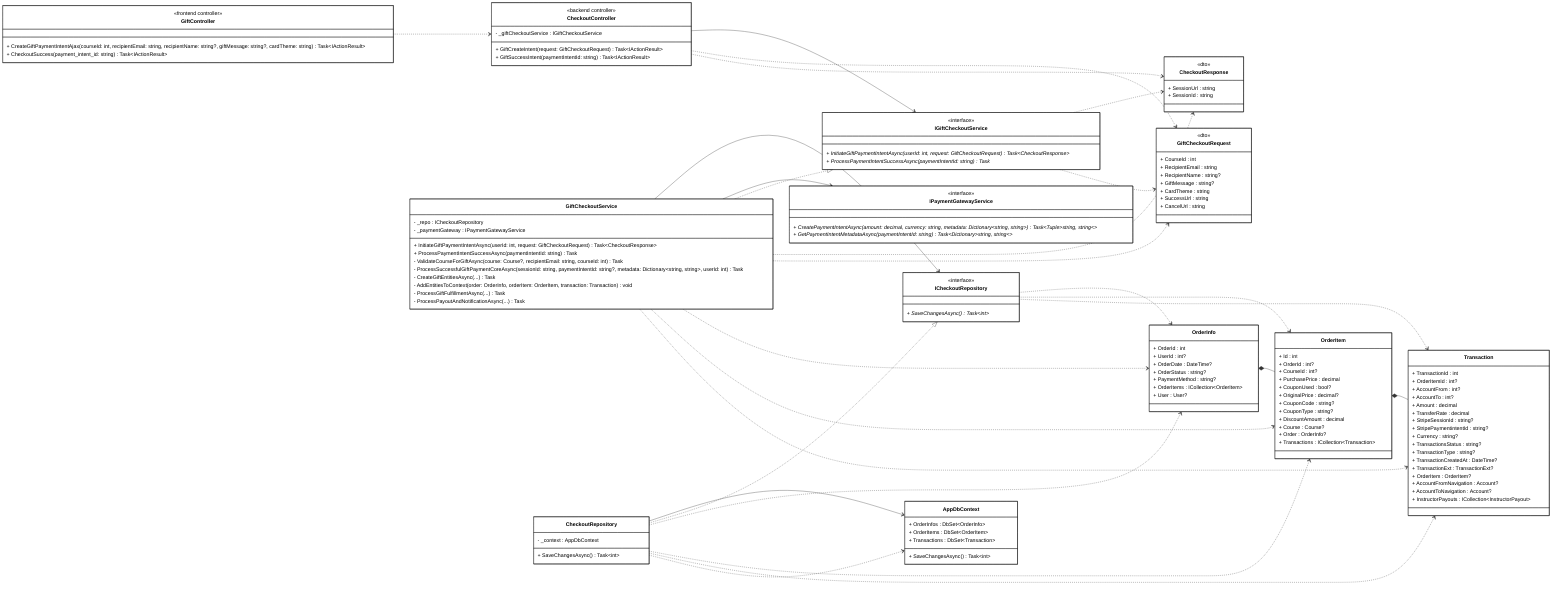
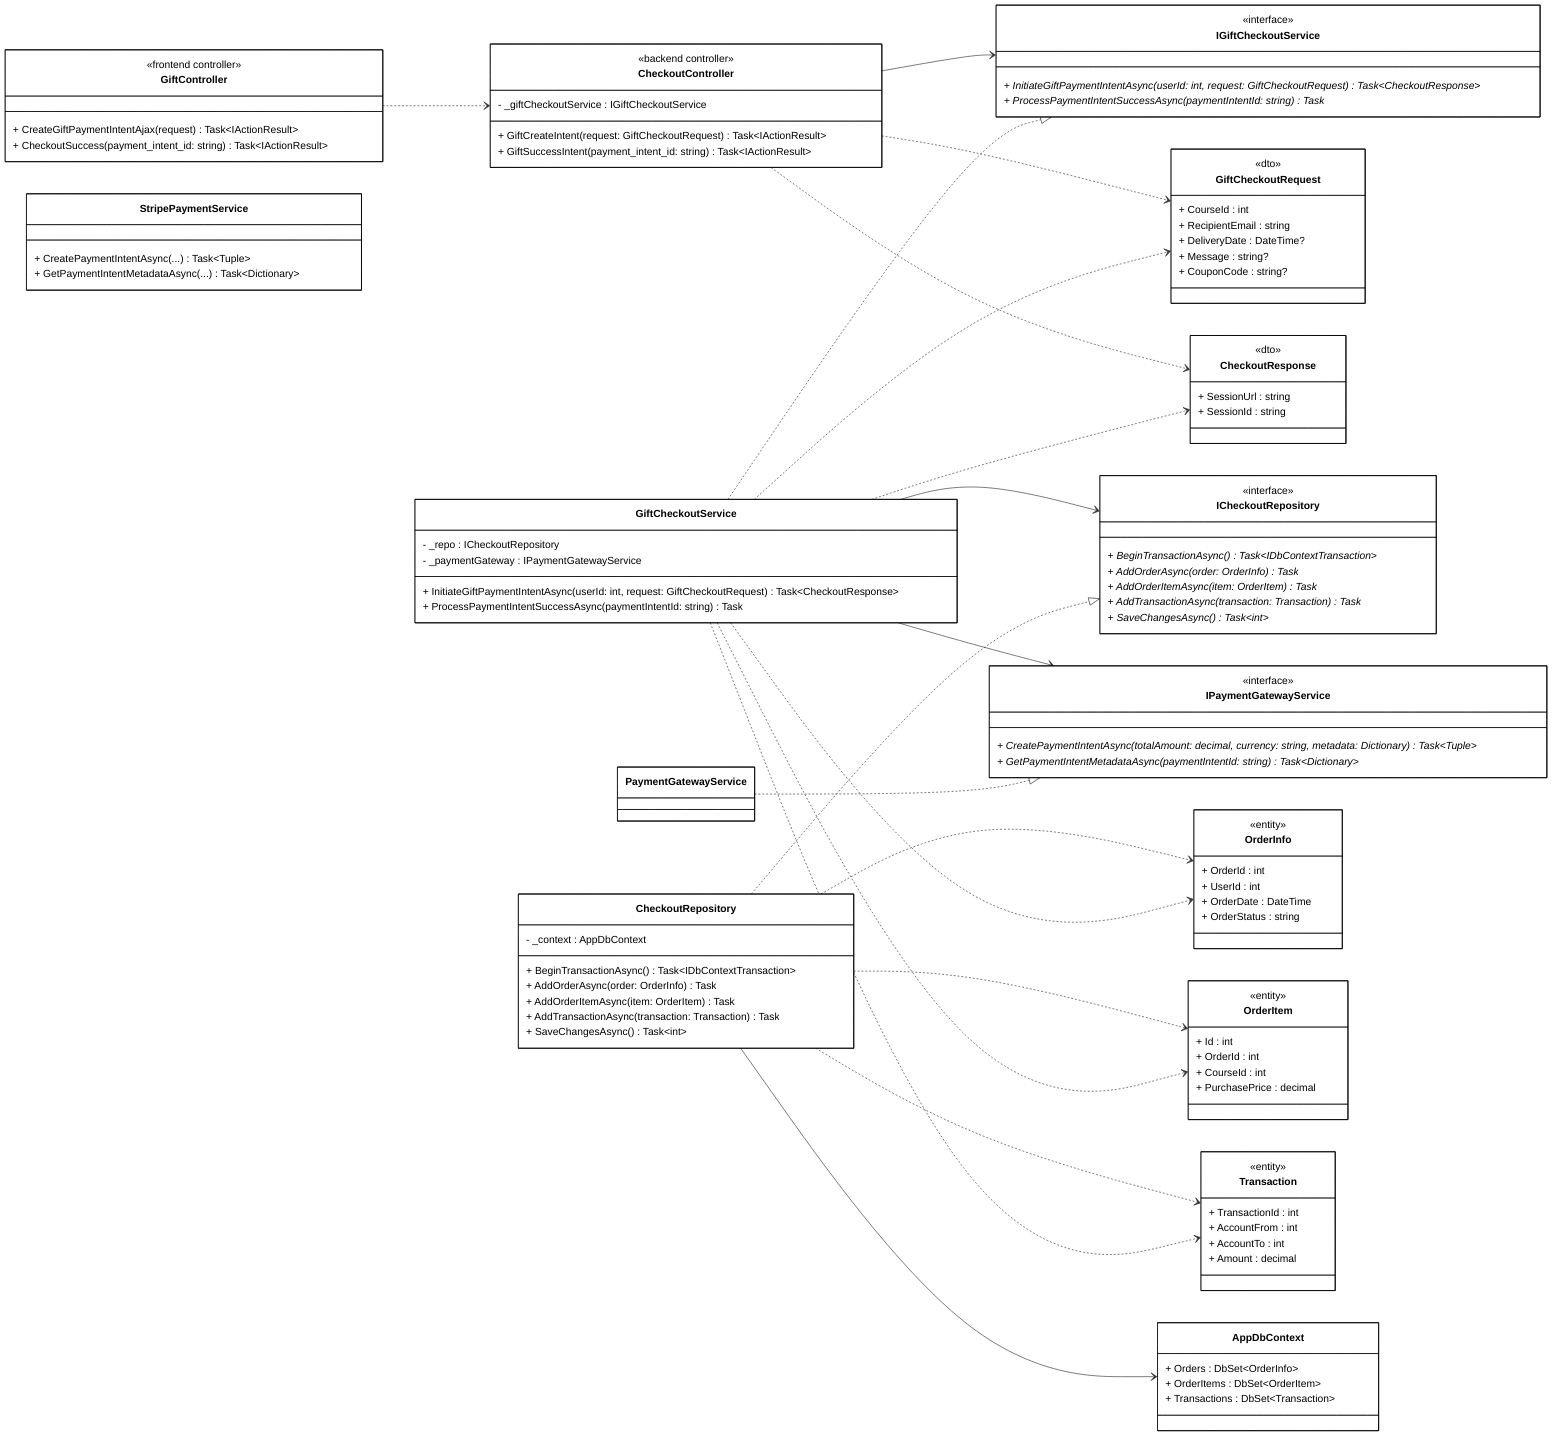
+ ```mermaid
classDiagram
direction LR

%% ==================== FRONTEND ====================

- class GiftController {
+ class GiftControllerFE["GiftController"] {
    <<frontend controller>>
-     + CreateGiftPaymentIntentAjax(courseId: int, recipientEmail: string, recipientName: string?, giftMessage: string?, cardTheme: string) Task~IActionResult~
+     + CreateGiftPaymentIntentAjax(request) Task~IActionResult~
    + CheckoutSuccess(payment_intent_id: string) Task~IActionResult~
}

- %% ==================== BACKEND - CONTROLLER ====================
+ %% ==================== BACKEND - CONTROLLERS ====================

- class CheckoutController {
+ class CheckoutControllerBE["CheckoutController"] {
    <<backend controller>>
    - _giftCheckoutService : IGiftCheckoutService
- 
    + GiftCreateIntent(request: GiftCheckoutRequest) Task~IActionResult~
-     + GiftSuccessIntent(paymentIntentId: string) Task~IActionResult~
+     + GiftSuccessIntent(payment_intent_id: string) Task~IActionResult~
}

%% ==================== BACKEND - DTOs ====================

class GiftCheckoutRequest {
    <<dto>>
    + CourseId : int
    + RecipientEmail : string
-     + RecipientName : string?
-     + GiftMessage : string?
-     + CardTheme : string
-     + SuccessUrl : string
-     + CancelUrl : string
+     + DeliveryDate : DateTime?
+     + Message : string?
+     + CouponCode : string?
}

class CheckoutResponse {
    <<dto>>
    + SessionUrl : string
    + SessionId : string
+ }
+ 
+ %% ==================== BACKEND - DOMAIN ENTITIES ====================
+ 
+ class OrderInfo {
+     <<entity>>
+     + OrderId : int
+     + UserId : int
+     + OrderDate : DateTime
+     + OrderStatus : string
+ }
+ 
+ class OrderItem {
+     <<entity>>
+     + Id : int
+     + OrderId : int
+     + CourseId : int
+     + PurchasePrice : decimal
+ }
+ 
+ class Transaction {
+     <<entity>>
+     + TransactionId : int
+     + AccountFrom : int
+     + AccountTo : int
+     + Amount : decimal
}

%% ==================== BACKEND - SERVICE INTERFACES ====================

class IGiftCheckoutService {
    <<interface>>
    + InitiateGiftPaymentIntentAsync(userId: int, request: GiftCheckoutRequest) Task~CheckoutResponse~ *
    + ProcessPaymentIntentSuccessAsync(paymentIntentId: string) Task *
}

- class IPaymentGatewayService {
-     <<interface>>
-     + CreatePaymentIntentAsync(amount: decimal, currency: string, metadata: Dictionary~string, string~) Task~Tuple~string, string~~ *
-     + GetPaymentIntentMetadataAsync(paymentIntentId: string) Task~Dictionary~string, string~~ *
- }
- 
class ICheckoutRepository {
    <<interface>>
+     + BeginTransactionAsync() Task~IDbContextTransaction~ *
+     + AddOrderAsync(order: OrderInfo) Task *
+     + AddOrderItemAsync(item: OrderItem) Task *
+     + AddTransactionAsync(transaction: Transaction) Task *
    + SaveChangesAsync() Task~int~ *
}

- %% ==================== BACKEND - SERVICE IMPLEMENTATION ====================
+ class IPaymentGatewayService {
+     <<interface>>
+     + CreatePaymentIntentAsync(totalAmount: decimal, currency: string, metadata: Dictionary) Task~Tuple~ *
+     + GetPaymentIntentMetadataAsync(paymentIntentId: string) Task~Dictionary~ *
+ }
+ 
+ %% ==================== BACKEND - IMPLEMENTATIONS ====================

class GiftCheckoutService {
    - _repo : ICheckoutRepository
    - _paymentGateway : IPaymentGatewayService
- 
    + InitiateGiftPaymentIntentAsync(userId: int, request: GiftCheckoutRequest) Task~CheckoutResponse~
    + ProcessPaymentIntentSuccessAsync(paymentIntentId: string) Task
-     - ValidateCourseForGiftAsync(course: Course?, recipientEmail: string, courseId: int) Task
-     - ProcessSuccessfulGiftPaymentCoreAsync(sessionId: string, paymentIntentId: string?, metadata: Dictionary~string, string~, userId: int) Task
-     - CreateGiftEntitiesAsync(...) Task
-     - AddEntitiesToContext(order: OrderInfo, orderItem: OrderItem, transaction: Transaction) void
-     - ProcessGiftFulfillmentAsync(...) Task
-     - ProcessPayoutAndNotificationAsync(...) Task
}
- 
- %% ==================== BACKEND - REPOSITORY & DbContext ====================

class CheckoutRepository {
    - _context : AppDbContext
- 
+     + BeginTransactionAsync() Task~IDbContextTransaction~
+     + AddOrderAsync(order: OrderInfo) Task
+     + AddOrderItemAsync(item: OrderItem) Task
+     + AddTransactionAsync(transaction: Transaction) Task
    + SaveChangesAsync() Task~int~
}

+ class StripePaymentService {
+     + CreatePaymentIntentAsync(...) Task~Tuple~
+     + GetPaymentIntentMetadataAsync(...) Task~Dictionary~
+ }
+ 
class AppDbContext {
-     + OrderInfos : DbSet~OrderInfo~
+     + Orders : DbSet~OrderInfo~
    + OrderItems : DbSet~OrderItem~
    + Transactions : DbSet~Transaction~
-     + SaveChangesAsync() Task~int~
- }
- 
- %% ==================== BACKEND - DOMAIN ENTITIES ====================
- 
- class OrderInfo {
-     + OrderId : int
-     + UserId : int?
-     + OrderDate : DateTime?
-     + OrderStatus : string?
-     + PaymentMethod : string?
-     + OrderItems : ICollection~OrderItem~
-     + User : User?
- }
- 
- class OrderItem {
-     + Id : int
-     + OrderId : int?
-     + CourseId : int?
-     + PurchasePrice : decimal
-     + CouponUsed : bool?
-     + OriginalPrice : decimal?
-     + CouponCode : string?
-     + CouponType : string?
-     + DiscountAmount : decimal
-     + Course : Course?
-     + Order : OrderInfo?
-     + Transactions : ICollection~Transaction~
- }
- 
- class Transaction {
-     + TransactionId : int
-     + OrderItemId : int?
-     + AccountFrom : int?
-     + AccountTo : int?
-     + Amount : decimal
-     + TransferRate : decimal
-     + StripeSessionId : string?
-     + StripePaymentintentId : string?
-     + Currency : string?
-     + TransactionsStatus : string?
-     + TransactionType : string?
-     + TransactionCreatedAt : DateTime?
-     + TransactionExt : TransactionExt?
-     + OrderItem : OrderItem?
-     + AccountFromNavigation : Account?
-     + AccountToNavigation : Account?
-     + InstructorPayouts : ICollection~InstructorPayout~
}

%% ==================== RELATIONSHIPS ====================

- %% === COMPOSITION (filled diamond) ===
- OrderInfo *-- OrderItem
- OrderItem *-- Transaction
- 
%% === UNIDIRECTIONAL ASSOCIATION (solid arrow) ===
- CheckoutController --> IGiftCheckoutService
+ CheckoutControllerBE --> IGiftCheckoutService
GiftCheckoutService --> ICheckoutRepository
GiftCheckoutService --> IPaymentGatewayService
CheckoutRepository --> AppDbContext

%% === INTERFACE REALIZATION ===
GiftCheckoutService ..|> IGiftCheckoutService
CheckoutRepository ..|> ICheckoutRepository
+ PaymentGatewayService ..|> IPaymentGatewayService

%% === DEPENDENCY (dashed arrows) ===
- GiftController ..> CheckoutController
- CheckoutController ..> GiftCheckoutRequest
- CheckoutController ..> CheckoutResponse
- IGiftCheckoutService ..> CheckoutResponse
- IGiftCheckoutService ..> GiftCheckoutRequest
+ GiftControllerFE ..> CheckoutControllerBE
+ 
+ CheckoutControllerBE ..> GiftCheckoutRequest
+ GiftCheckoutService ..> GiftCheckoutRequest
+ 
+ CheckoutControllerBE ..> CheckoutResponse
GiftCheckoutService ..> CheckoutResponse
- GiftCheckoutService ..> GiftCheckoutRequest
+ 
+ CheckoutRepository ..> OrderInfo
GiftCheckoutService ..> OrderInfo
+ 
+ CheckoutRepository ..> OrderItem
GiftCheckoutService ..> OrderItem
+ 
+ CheckoutRepository ..> Transaction
GiftCheckoutService ..> Transaction
- ICheckoutRepository ..> OrderInfo
- ICheckoutRepository ..> OrderItem
- ICheckoutRepository ..> Transaction
- CheckoutRepository ..> OrderInfo
- CheckoutRepository ..> OrderItem
- CheckoutRepository ..> Transaction
- CheckoutRepository ..> AppDbContext

%% ==================== STYLES ====================
+ 
classDef default fill:#FFFFFF,stroke:#000000,stroke-width:1px,color:#000000
+ ```
